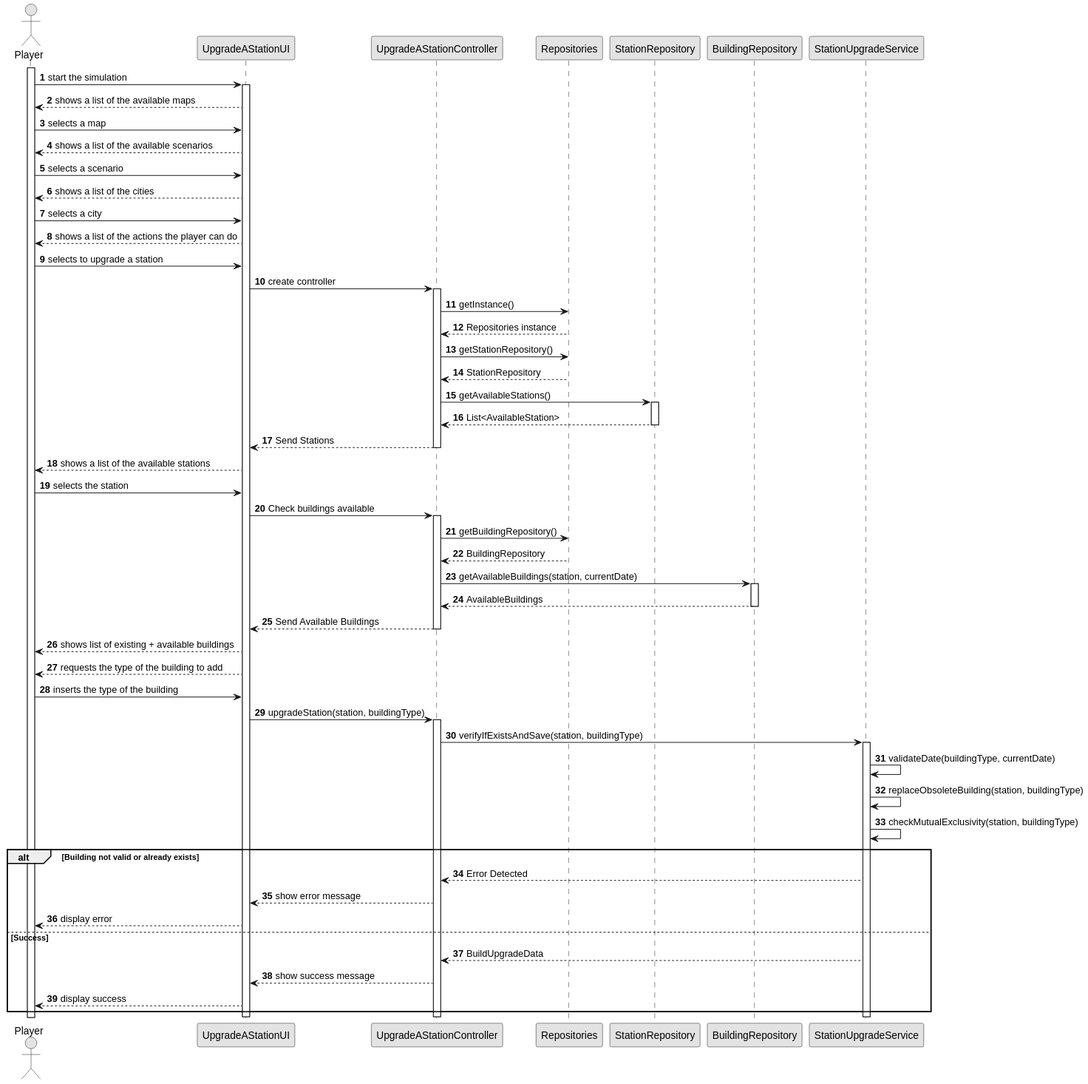
Above: docs/sprint2/us006/03.design/svg/us006-sequence-diagram-full.svg in ivasduarte/all-aboard (PlantUML), before the change.
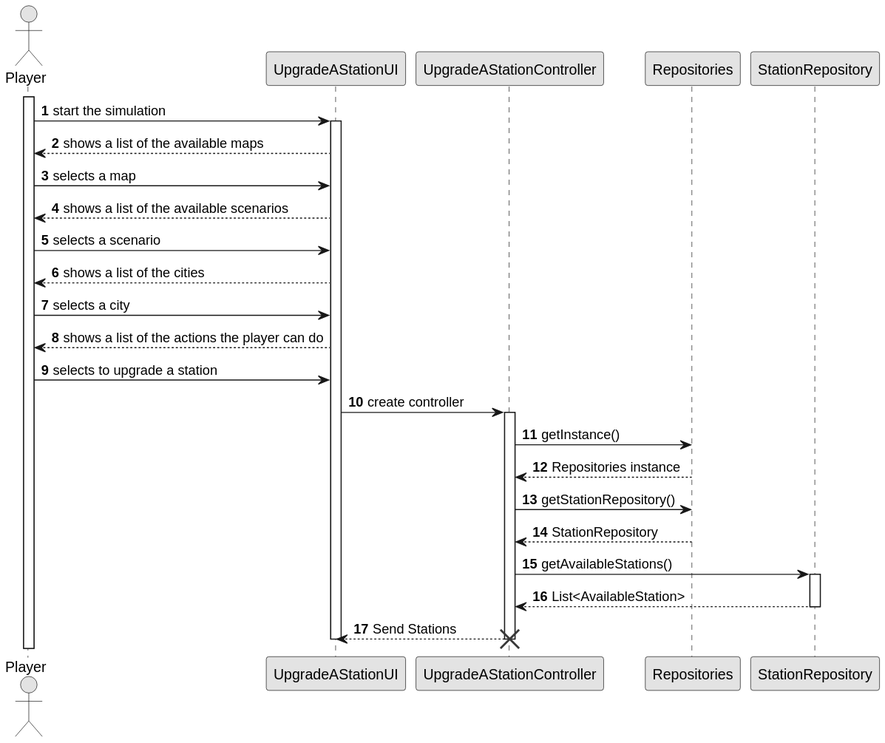
Later version of the same file.

The edit, as a diff of the source:
```diff
@@ -10,8 +10,6 @@
 participant "UpgradeAStationController" as CTRL
 participant "Repositories" as Repos
 participant "StationRepository" as Station_REPO
-participant "BuildingRepository" as Building_REPO
-participant "StationUpgradeService" as UpgradeService
 
 activate Player
 
@@ -42,47 +40,7 @@
 deactivate Station_REPO
 
 CTRL --> UI : Send Stations
-deactivate CTRL
 
-UI --> Player : shows a list of the available stations
-Player -> UI : selects the station
-UI -> CTRL : Check buildings available
-activate CTRL
-
-CTRL -> Repos : getBuildingRepository()
-Repos --> CTRL : BuildingRepository
-
-CTRL -> Building_REPO : getAvailableBuildings(station, currentDate)
-activate Building_REPO
-Building_REPO --> CTRL : AvailableBuildings
-deactivate Building_REPO
-
-CTRL --> UI : Send Available Buildings
-deactivate CTRL
-
-UI --> Player : shows list of existing + available buildings
-UI --> Player : requests the type of the building to add
-Player -> UI : inserts the type of the building
-UI -> CTRL : upgradeStation(station, buildingType)
-activate CTRL
-
-CTRL -> UpgradeService : verifyIfExistsAndSave(station, buildingType)
-activate UpgradeService
-UpgradeService -> UpgradeService : validateDate(buildingType, currentDate)
-UpgradeService -> UpgradeService : replaceObsoleteBuilding(station, buildingType)
-UpgradeService -> UpgradeService : checkMutualExclusivity(station, buildingType)
-
-alt Building not valid or already exists
-    UpgradeService --> CTRL : Error Detected
-    CTRL --> UI : show error message
-    UI --> Player : display error
-else Success
-    UpgradeService --> CTRL : BuildUpgradeData
-    CTRL --> UI : show success message
-    UI --> Player : display success
-end
-
-deactivate UpgradeService
-deactivate CTRL
+destroy CTRL
 deactivate UI
 @enduml
```
